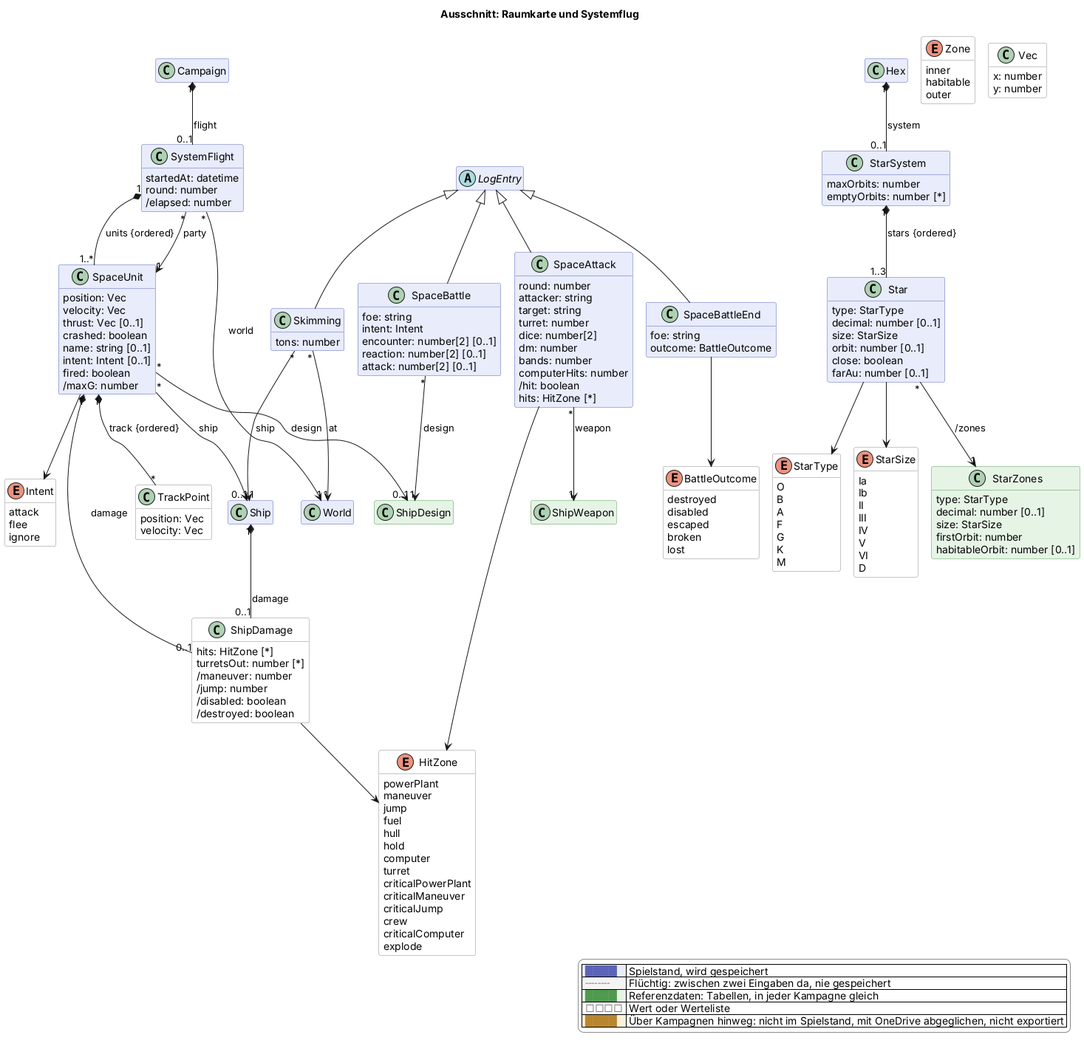
Before: docs/views/raum.png, a diagram exported from PlantUML (scuzzar/SRE).
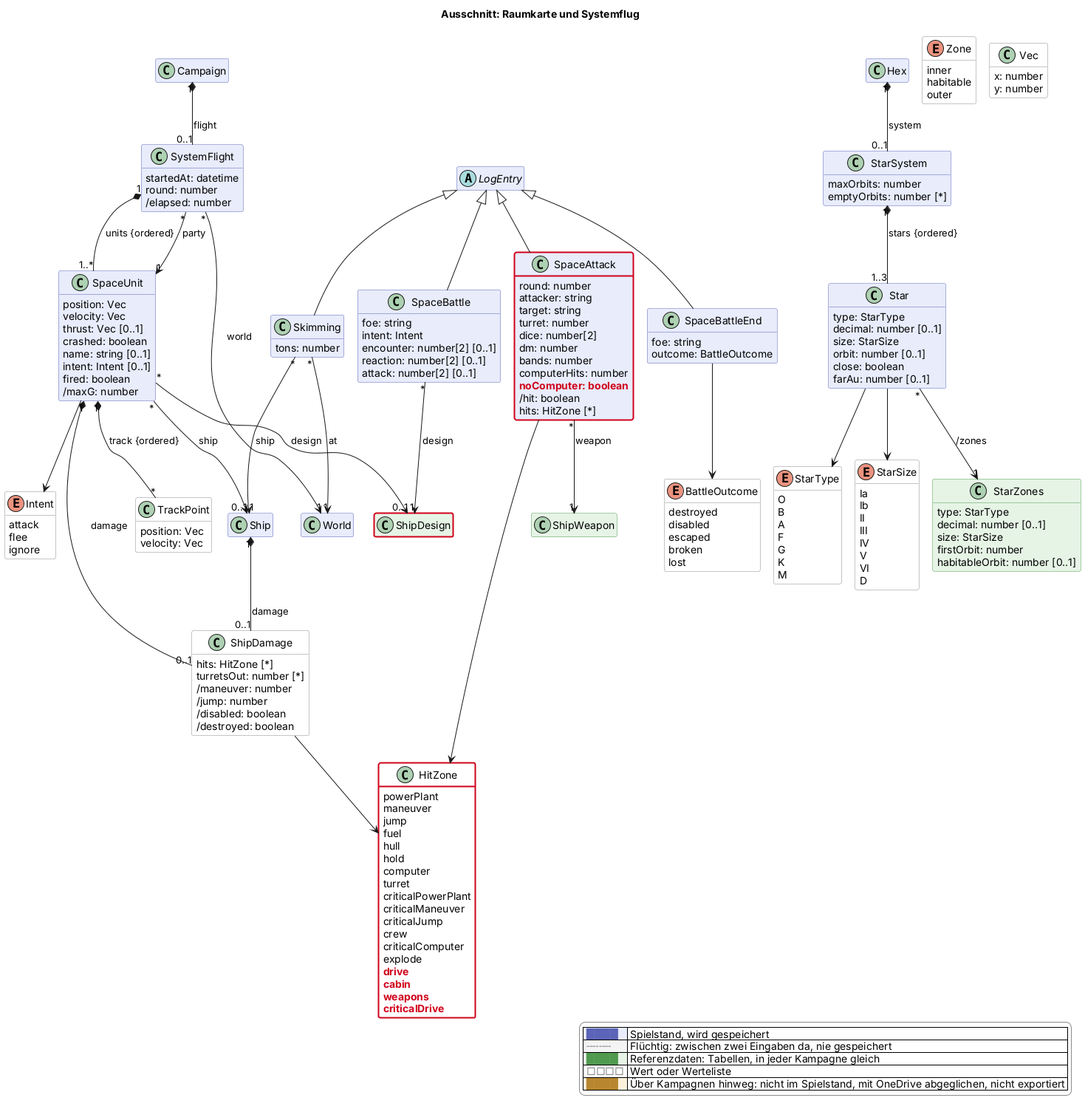
The same diagram one commit later.

What changed in the source:
```diff
@@ -149,6 +149,10 @@
     crew
     criticalComputer
     explode
+    $new("2026-11-22", "drive")
+    $new("2026-11-22", "cabin")
+    $new("2026-11-22", "weapons")
+    $new("2026-11-22", "criticalDrive")
   }
   enum Intent <<value>> $raum {
     attack
@@ -171,6 +175,7 @@
     dm: number
     bands: number
     computerHits: number
+    $new("2026-11-22", "noComputer: boolean")
     /hit: boolean
     hits: HitZone [*]
   }
@@ -262,4 +267,7 @@
   |<#ffffff> <color:#8a8a8a>□□□□</color> | Wert oder Werteliste |
   |<#fdf1dc> <color:#b8862e>████</color> | Über Kampagnen hinweg: nicht im Spielstand, mit OneDrive abgeglichen, nicht exportiert |
 endlegend
+class ShipDesign #line:d0021b;line.bold
+class HitZone #line:d0021b;line.bold
+class SpaceAttack #line:d0021b;line.bold
 @enduml
```
